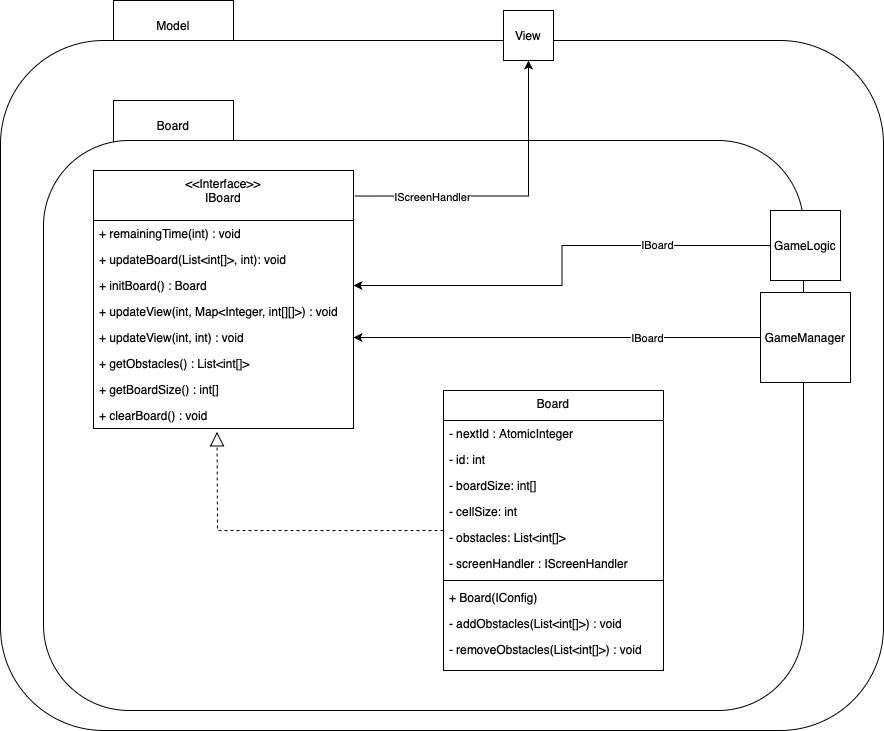
Earlier version of the draw.io export doku-game/Board-ClassDiagramm.drawio.png (PrismFox/tron-game). Source tidied: cells renumbered, new cells last; positions are measured from the earlier drawing's top-left corner, leaving out a move shared by most shapes.
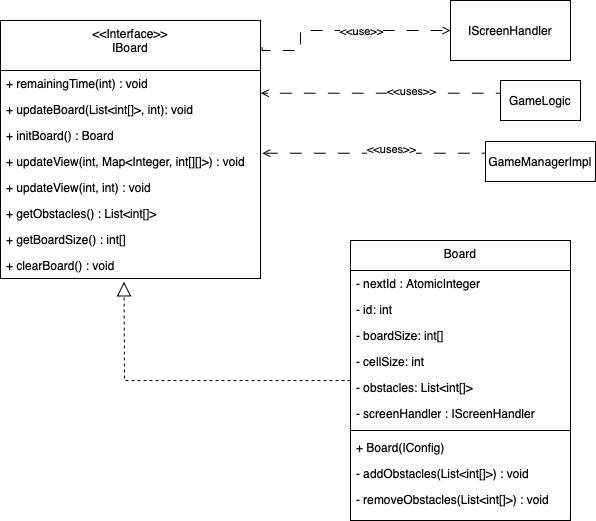
The same diagram one commit later.

Diff of the diagram source:
```diff
@@ -2,18 +2,6 @@
   <root>
     <mxCell id="0" />
     <mxCell id="1" parent="0" />
-    <mxCell id="2" value="Model" style="rounded=0;whiteSpace=wrap;html=1;" parent="1" vertex="1">
-      <mxGeometry x="113" width="120" height="50" as="geometry" />
-    </mxCell>
-    <mxCell id="3" style="rounded=1;whiteSpace=wrap;html=1;" parent="1" vertex="1">
-      <mxGeometry y="40" width="883" height="690" as="geometry" />
-    </mxCell>
-    <mxCell id="4" value="Board" style="rounded=0;whiteSpace=wrap;html=1;" parent="1" vertex="1">
-      <mxGeometry x="113" y="100" width="120" height="50" as="geometry" />
-    </mxCell>
-    <mxCell id="5" style="rounded=1;whiteSpace=wrap;html=1;" parent="1" vertex="1">
-      <mxGeometry x="43" y="140" width="760" height="570" as="geometry" />
-    </mxCell>
     <mxCell id="6" value="&lt;&lt;Interface&gt;&gt;&#10;IBoard" style="swimlane;fontStyle=0;align=center;verticalAlign=top;horizontal=1;startSize=50;rounded=0;shadow=0;strokeWidth=1;" parent="1" vertex="1">
       <mxGeometry x="93" y="170" width="260" height="258" as="geometry" />
     </mxCell>
@@ -41,9 +29,6 @@
     <mxCell id="14" value="+ clearBoard() : void" style="text;align=left;verticalAlign=top;spacingLeft=4;spacingRight=4;overflow=hidden;points=[[0,0.5],[1,0.5]];portConstraint=eastwest;" parent="6" vertex="1">
       <mxGeometry y="232" width="260" height="26" as="geometry" />
     </mxCell>
-    <mxCell id="15" value="View" style="whiteSpace=wrap;html=1;" parent="1" vertex="1">
-      <mxGeometry x="503" y="10" width="50" height="50" as="geometry" />
-    </mxCell>
     <mxCell id="16" value="Board&#10;&#10;&#10;" style="swimlane;fontStyle=0;align=center;verticalAlign=top;horizontal=1;startSize=30;rounded=0;shadow=0;strokeWidth=1;" parent="1" vertex="1">
       <mxGeometry x="443" y="390" width="220" height="280" as="geometry" />
     </mxCell>
@@ -84,29 +69,54 @@
         </Array>
       </mxGeometry>
     </mxCell>
-    <mxCell id="28" style="edgeStyle=orthogonalEdgeStyle;rounded=0;jettySize=auto;html=1;entryX=1;entryY=0.5;entryDx=0;entryDy=0;" parent="1" edge="1" source="30" target="9">
-      <mxGeometry relative="1" as="geometry" />
-    </mxCell>
-    <mxCell id="29" value="IBoard" style="edgeLabel;html=1;align=center;verticalAlign=middle;" parent="28" vertex="1">
-      <mxGeometry x="-0.5" y="-1" relative="1" as="geometry" />
-    </mxCell>
+    <mxCell id="35" value="IScreenHandler" style="rounded=0;whiteSpace=wrap;html=1;" parent="1" vertex="1">
+      <mxGeometry x="543" y="150" width="120" height="60" as="geometry" />
+    </mxCell>
+    <mxCell id="36" style="edgeStyle=orthogonalEdgeStyle;rounded=0;jettySize=auto;html=1;dashed=1;dashPattern=12 12;endArrow=open;endFill=0;exitX=1.006;exitY=0.103;exitDx=0;exitDy=0;exitPerimeter=0;" parent="1" edge="1" source="6">
+      <mxGeometry relative="1" as="geometry">
+        <mxPoint x="543" y="180" as="targetPoint" />
+        <Array as="points">
+          <mxPoint x="355" y="200" />
+          <mxPoint x="393" y="200" />
+          <mxPoint x="393" y="180" />
+        </Array>
+      </mxGeometry>
+    </mxCell>
+    <mxCell id="37" value="&amp;lt;&amp;lt;use&amp;gt;&amp;gt;" style="edgeLabel;html=1;align=center;verticalAlign=middle;" parent="36" vertex="1">
+      <mxGeometry x="0.43" y="-1" relative="1" as="geometry">
+        <mxPoint x="-29" y="-1" as="offset" />
+      </mxGeometry>
+    </mxCell>
+    <mxCell id="38" style="edgeStyle=orthogonalEdgeStyle;rounded=0;jettySize=auto;html=1;dashed=1;dashPattern=12 12;endArrow=open;endFill=0;exitX=0;exitY=0.5;exitDx=0;exitDy=0;entryX=1.001;entryY=0.874;entryDx=0;entryDy=0;entryPerimeter=0;" parent="1" edge="1" source="30" target="7">
+      <mxGeometry relative="1" as="geometry">
+        <Array as="points">
+          <mxPoint x="593" y="243" />
+        </Array>
+      </mxGeometry>
+    </mxCell>
+    <mxCell id="39" value="&amp;lt;&amp;lt;uses&amp;gt;&amp;gt;" style="edgeLabel;html=1;align=center;verticalAlign=middle;" parent="38" vertex="1">
+      <mxGeometry x="0.43" y="-1" relative="1" as="geometry">
+        <mxPoint x="79" y="-1" as="offset" />
+      </mxGeometry>
+    </mxCell>
-    <mxCell id="30" value="GameLogic" style="whiteSpace=wrap;html=1;" parent="1" vertex="1">
-      <mxGeometry x="770" y="210" width="70" height="70" as="geometry" />
+    <mxCell id="30" value="GameLogic" style="rounded=0;whiteSpace=wrap;html=1;" parent="1" vertex="1">
+      <mxGeometry x="593" y="230" width="80" height="40" as="geometry" />
     </mxCell>
-    <mxCell id="31" style="edgeStyle=orthogonalEdgeStyle;rounded=0;jettySize=auto;html=1;entryX=1;entryY=0.5;entryDx=0;entryDy=0;" parent="1" edge="1" source="33" target="11">
-      <mxGeometry relative="1" as="geometry" />
-    </mxCell>
-    <mxCell id="32" value="IBoard" style="edgeLabel;html=1;align=center;verticalAlign=middle;" parent="31" vertex="1">
-      <mxGeometry x="-0.44" relative="1" as="geometry" />
-    </mxCell>
-    <mxCell id="33" value="GameManager" style="whiteSpace=wrap;html=1;" parent="1" vertex="1">
-      <mxGeometry x="760" y="292" width="90" height="90" as="geometry" />
-    </mxCell>
-    <mxCell id="34" style="edgeStyle=orthogonalEdgeStyle;rounded=0;jettySize=auto;html=1;entryX=0.5;entryY=1;entryDx=0;entryDy=0;exitX=1.005;exitY=0.099;exitDx=0;exitDy=0;exitPerimeter=0;" parent="1" edge="1" source="6" target="15">
-      <mxGeometry relative="1" as="geometry" />
-    </mxCell>
-    <mxCell id="35" value="IScreenHandler" style="edgeLabel;html=1;align=center;verticalAlign=middle;" parent="34" vertex="1">
-      <mxGeometry x="-0.5" y="-1" relative="1" as="geometry" />
-    </mxCell>
+    <mxCell id="40" value="GameManagerImpl" style="rounded=0;whiteSpace=wrap;html=1;" parent="1" vertex="1">
+      <mxGeometry x="578" y="291" width="110" height="40" as="geometry" />
+    </mxCell>
+    <mxCell id="41" style="edgeStyle=orthogonalEdgeStyle;rounded=0;jettySize=auto;html=1;dashed=1;dashPattern=12 12;endArrow=open;endFill=0;exitX=0;exitY=0.5;exitDx=0;exitDy=0;entryX=1.007;entryY=0.181;entryDx=0;entryDy=0;entryPerimeter=0;" parent="1" edge="1" source="40" target="10">
+      <mxGeometry relative="1" as="geometry">
+        <Array as="points">
+          <mxPoint x="578" y="303" />
+          <mxPoint x="355" y="303" />
+        </Array>
+      </mxGeometry>
+    </mxCell>
+    <mxCell id="42" value="&amp;lt;&amp;lt;uses&amp;gt;&amp;gt;" style="edgeLabel;html=1;align=center;verticalAlign=middle;" parent="41" vertex="1">
+      <mxGeometry x="0.43" y="-1" relative="1" as="geometry">
+        <mxPoint x="62" y="-3" as="offset" />
+      </mxGeometry>
+    </mxCell>
   </root>
 </mxGraphModel>
```
